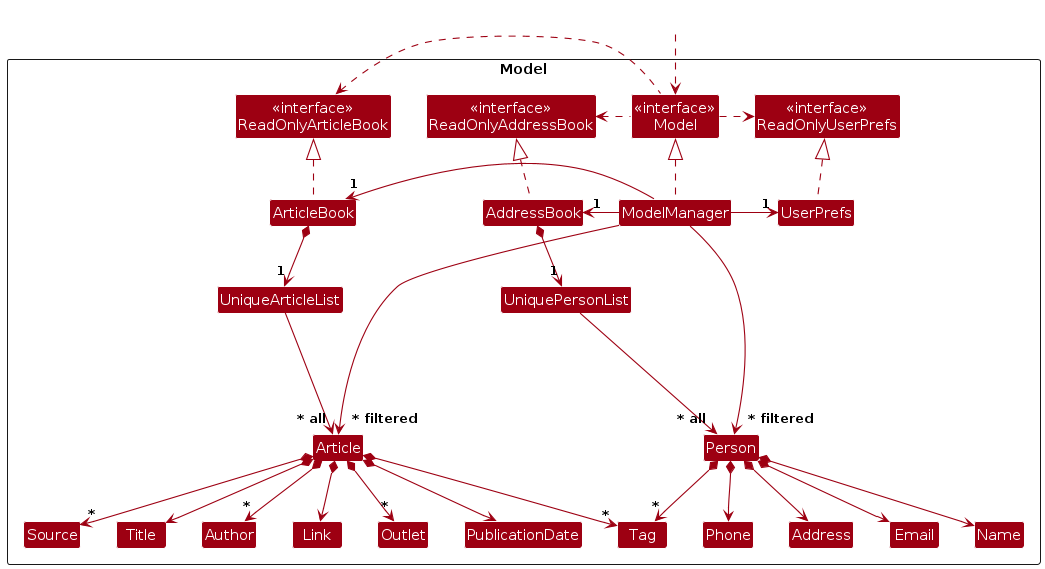
Above: diagrams/ModelClassDiagram.png in AY2324S2-CS2103T-F12-2/tp (PlantUML), before the change. Its source is kept beside it as diagrams/ModelClassDiagram.puml.
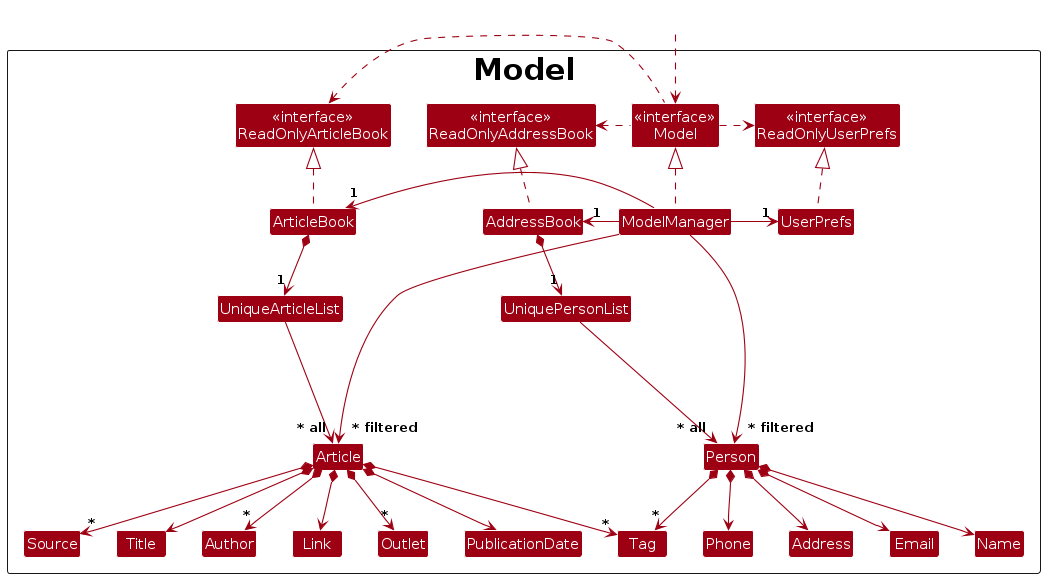
After the change.

The edit, as a diff of the source:
```diff
@@ -5,7 +5,7 @@
 skinparam classBackgroundColor MODEL_COLOR
 
 
-Package Model as ModelPackage <<Rectangle>>{
+Package <size:30>Model</size> as ModelPackage <<Rectangle>>{
 Class "<<interface>>\nReadOnlyAddressBook" as ReadOnlyAddressBook
 Class "<<interface>>\nReadOnlyArticleBook" as ReadOnlyArticleBook
 Class "<<interface>>\nReadOnlyUserPrefs" as ReadOnlyUserPrefs
```
